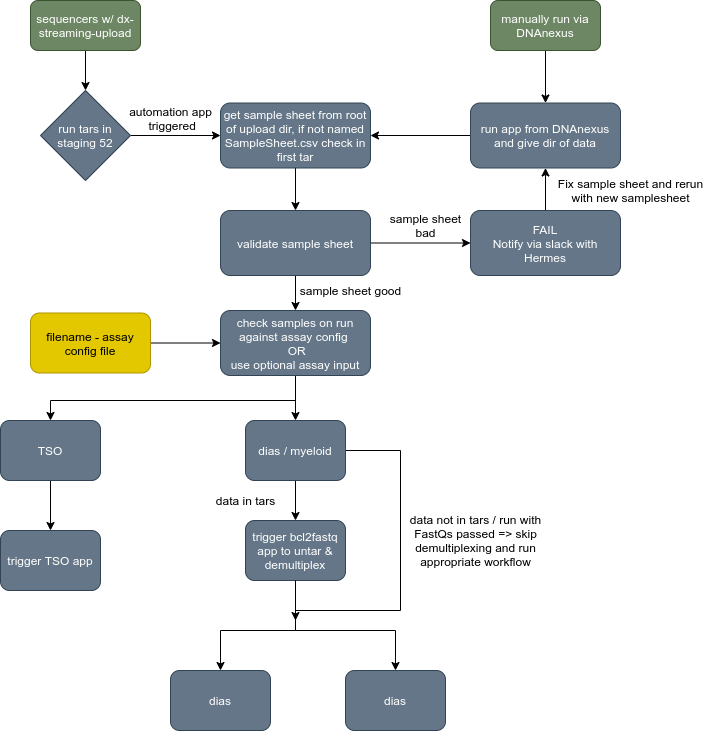
Earlier version of the draw.io export images/workflow.png (eastgenomics/eggd_conductor). Source tidied: cells renumbered, new cells last; positions are measured from the earlier drawing's top-left corner, leaving out a move shared by most shapes.
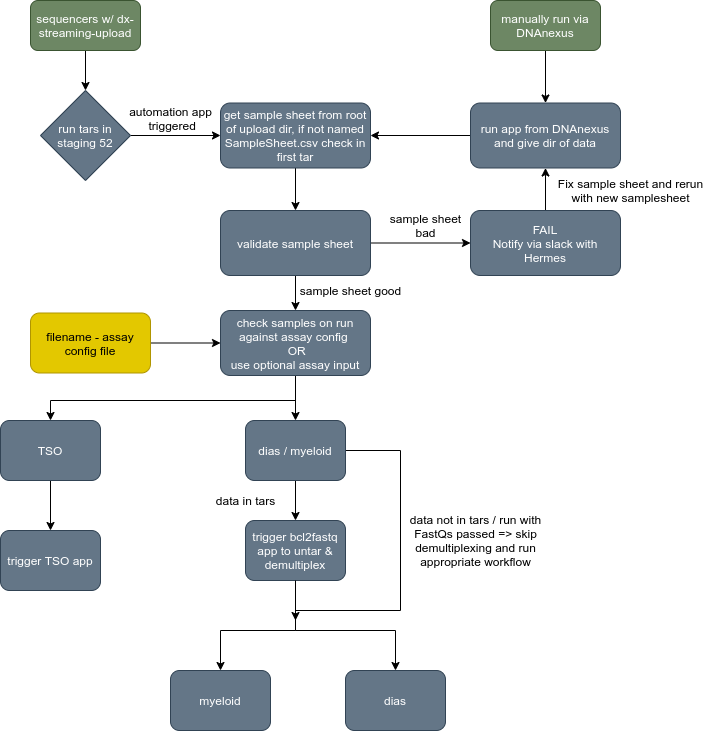
The same diagram one commit later.

Commit message:
fix workflow diagram

Diff of the diagram source:
```diff
@@ -124,7 +124,7 @@
     <mxCell id="36" value="trigger TSO app" style="rounded=1;whiteSpace=wrap;html=1;fillColor=#647687;strokeColor=#314354;fontColor=#ffffff;" parent="1" vertex="1">
       <mxGeometry y="530" width="100" height="60" as="geometry" />
     </mxCell>
-    <mxCell id="37" value="dias" style="rounded=1;whiteSpace=wrap;html=1;fillColor=#647687;strokeColor=#314354;fontColor=#ffffff;" parent="1" vertex="1">
+    <mxCell id="37" value="myeloid" style="rounded=1;whiteSpace=wrap;html=1;fillColor=#647687;strokeColor=#314354;fontColor=#ffffff;" parent="1" vertex="1">
       <mxGeometry x="170" y="670" width="100" height="60" as="geometry" />
     </mxCell>
     <mxCell id="38" style="edgeStyle=orthogonalEdgeStyle;rounded=0;jettySize=auto;html=1;strokeColor=#000000;entryX=0.5;entryY=0;entryDx=0;entryDy=0;exitX=0.5;exitY=1;exitDx=0;exitDy=0;" parent="1" edge="1" source="32" target="34">
```
